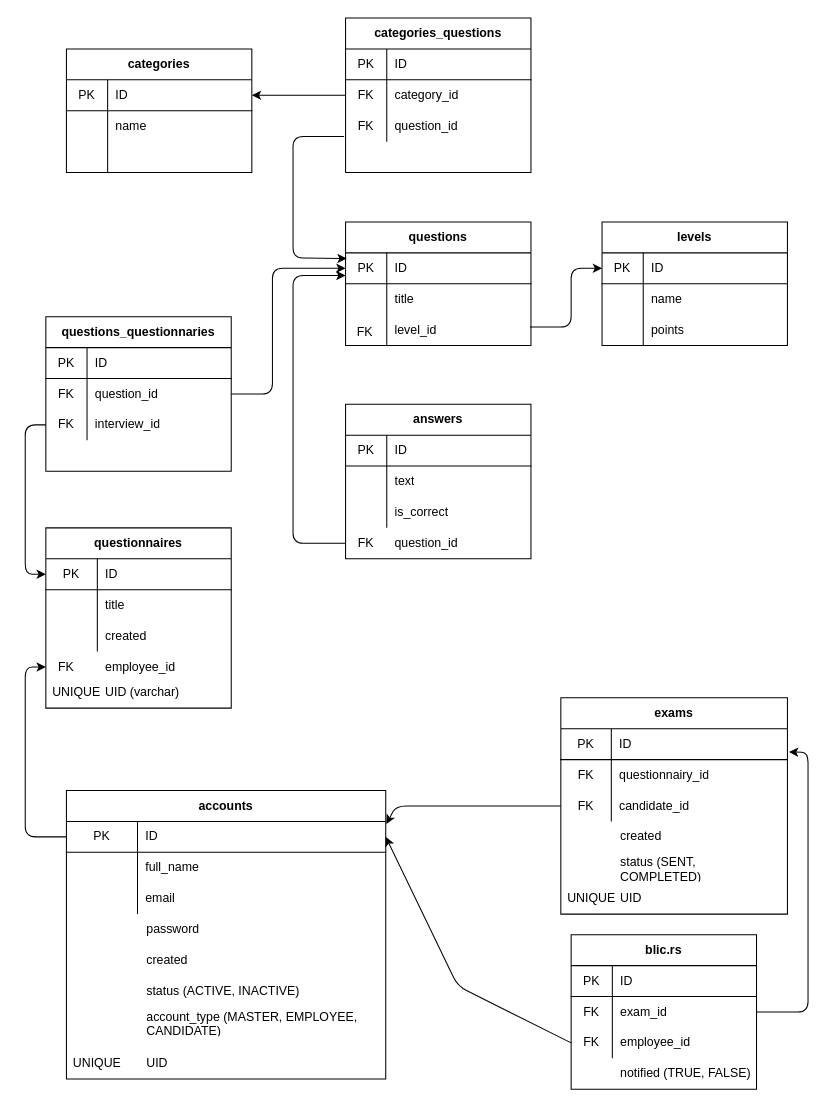
marina-bozic/s3-terraform keeps this draw.io diagram as Untitled Diagram.drawio. Above is the earlier version. Source tidied: cells renumbered, new cells numbered last; positions are measured from the earlier drawing's top-left corner, leaving out a move shared by most shapes. Both pictures are drawn from the tidied source at 103%, with x=0, y=0 at pixel (25, 18).
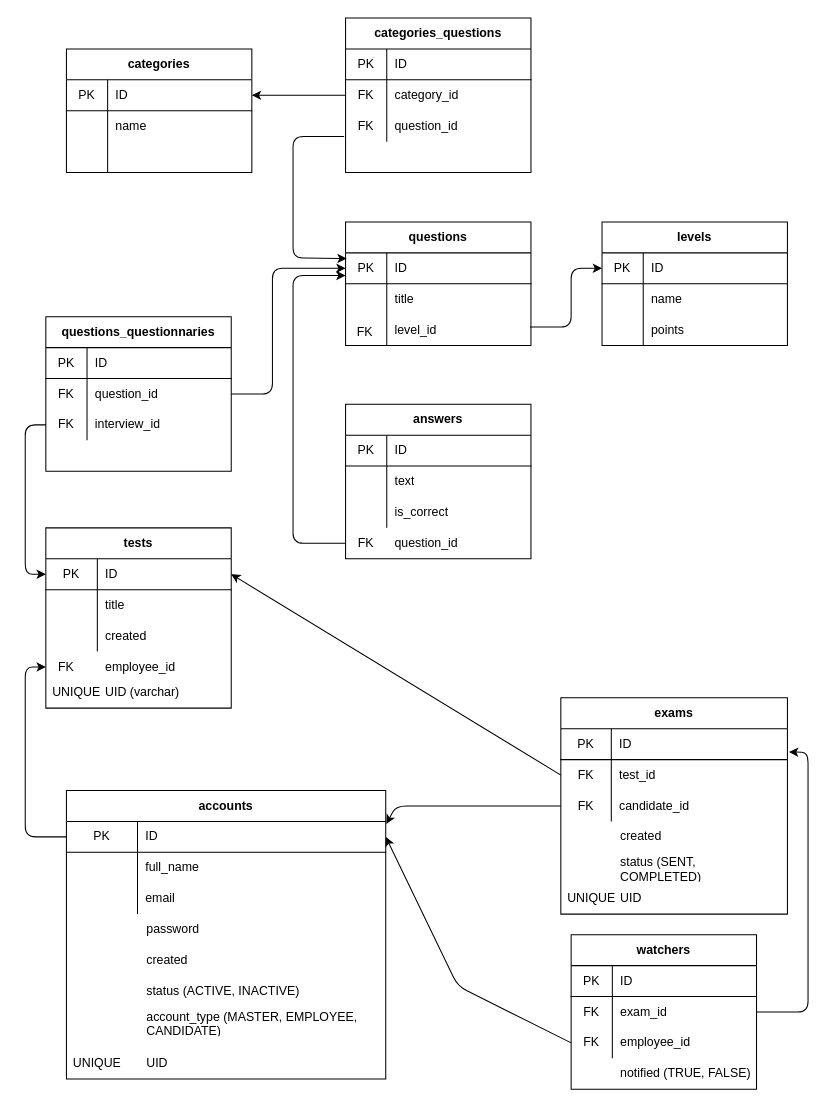
After the change.

The change refers to these unchanged cells:
```xml
<mxCell id="59" style="shape=partialRectangle;html=1;whiteSpace=wrap;fillColor=none;top=0;left=0;bottom=1;right=0;points=[[0,0.5],[1,0.5]];portConstraint=eastwest;" parent="58" vertex="1">
  <mxGeometry y="30" width="180" height="30" as="geometry" />
</mxCell>
<mxCell id="91" style="shape=partialRectangle;html=1;whiteSpace=wrap;fillColor=none;top=0;left=0;bottom=0;right=0;points=[[0,0.5],[1,0.5]];portConstraint=eastwest;" parent="87" vertex="1">
  <mxGeometry y="60" width="220" height="30" as="geometry" />
</mxCell>
```

The edit, as a diff of the source:
```diff
@@
-    <mxCell id="58" value="questionnaires" style="shape=table;html=1;whiteSpace=wrap;startSize=30;childLayout=tableLayout;rowLines=0;fontStyle=1;align=center;" parent="1" vertex="1">
+    <mxCell id="58" value="tests" style="shape=table;html=1;whiteSpace=wrap;startSize=30;childLayout=tableLayout;rowLines=0;fontStyle=1;align=center;" parent="1" vertex="1">
       <mxGeometry x="20" y="495" width="180" height="175" as="geometry" />
     </mxCell>
@@
-    <mxCell id="93" value="questionnairy_id" style="shape=partialRectangle;html=1;whiteSpace=wrap;fillColor=none;top=0;left=0;bottom=0;right=0;align=left;spacingLeft=6;overflow=hidden;" parent="91" vertex="1">
+    <mxCell id="93" value="test_id" style="shape=partialRectangle;html=1;whiteSpace=wrap;fillColor=none;top=0;left=0;bottom=0;right=0;align=left;spacingLeft=6;overflow=hidden;" parent="91" vertex="1">
       <mxGeometry x="49" width="171" height="30" as="geometry" />
     </mxCell>
@@
-    <mxCell id="101" value="blic.rs&lt;br&gt;" style="shape=table;html=1;whiteSpace=wrap;startSize=30;childLayout=tableLayout;rowLines=0;fontStyle=1;align=center;" parent="1" vertex="1">
+    <mxCell id="101" value="watchers" style="shape=table;html=1;whiteSpace=wrap;startSize=30;childLayout=tableLayout;rowLines=0;fontStyle=1;align=center;" parent="1" vertex="1">
       <mxGeometry x="530" y="890" width="180" height="150" as="geometry" />
     </mxCell>
@@
+    <mxCell id="133" style="endArrow=classic;html=1;exitX=0;exitY=0.5;exitDx=0;exitDy=0;entryX=1;entryY=0.5;entryDx=0;entryDy=0;" parent="1" edge="1" source="91" target="59">
+      <mxGeometry relative="1" as="geometry" />
+    </mxCell>
```
